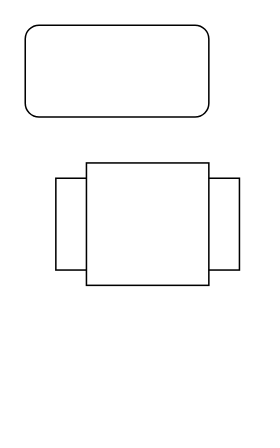
Before: System Design/Others/Untitled Diagram.drawio in FilledVaccum/Architecture-Diagrams, a draw.io diagram. Source tidied: cells renumbered, new cells numbered last; positions are measured from the earlier drawing's top-left corner, leaving out a move shared by most shapes. Both pictures are drawn from the tidied source at 153%, with x=0, y=0 at pixel (24, 24).
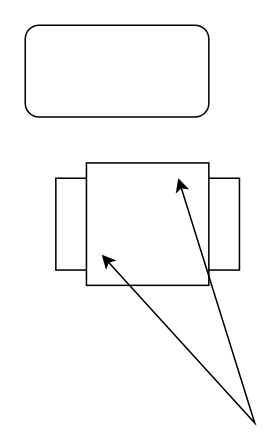
After the change.

The edit, as a diff of the source:
```diff
@@
 <mxGraphModel>
   <root>
     <mxCell id="0" />
     <mxCell id="1" parent="0" />
     <mxCell id="2" style="rounded=0;hachureGap=4;fontFamily=Architects Daughter;" parent="1" vertex="1">
       <mxGeometry x="20" y="100" width="120" height="60" as="geometry" />
     </mxCell>
     <mxCell id="3" style="hachureGap=4;fontFamily=Architects Daughter;" parent="1" vertex="1">
       <mxGeometry x="40" y="90" width="80" height="80" as="geometry" />
     </mxCell>
     <mxCell id="4" style="rounded=1;hachureGap=4;strokeColor=default;align=center;verticalAlign=middle;fontFamily=Architects Daughter;fontSize=12;fontColor=default;fillColor=default;" parent="1" vertex="1">
       <mxGeometry width="120" height="60" as="geometry" />
     </mxCell>
+    <mxCell id="5" style="endArrow=classic;startArrow=classic;rounded=0;hachureGap=4;fontFamily=Architects Daughter;fontSize=12;fontColor=default;flowAnimation=1;" parent="1" edge="1">
+      <mxGeometry relative="1" as="geometry">
+        <mxPoint x="50" y="150" as="sourcePoint" />
+        <mxPoint x="100" y="100" as="targetPoint" />
+        <Array as="points">
+          <mxPoint x="150" y="260" />
+        </Array>
+      </mxGeometry>
+    </mxCell>
   </root>
 </mxGraphModel>
```
